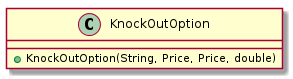
swillrich/eimma keeps this PlantUML diagram as elmma/elmma-model/diagrams/de.elmma.model.KnockOutOption.png. Above is the earlier version.
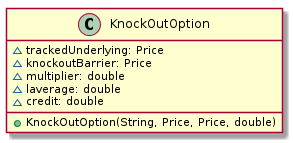
Above is the later version.

The edit, as a diff of the source:
```diff
@@ -2,6 +2,11 @@
 
     class KnockOutOption {
         [[../../../de/elmma/model/KnockOutOption.html]]
+        ~trackedUnderlying: Price
+        ~knockoutBarrier: Price
+        ~multiplier: double
+        ~laverage: double
+        ~credit: double
         +KnockOutOption(String, Price, Price, double)
     }
 
```
